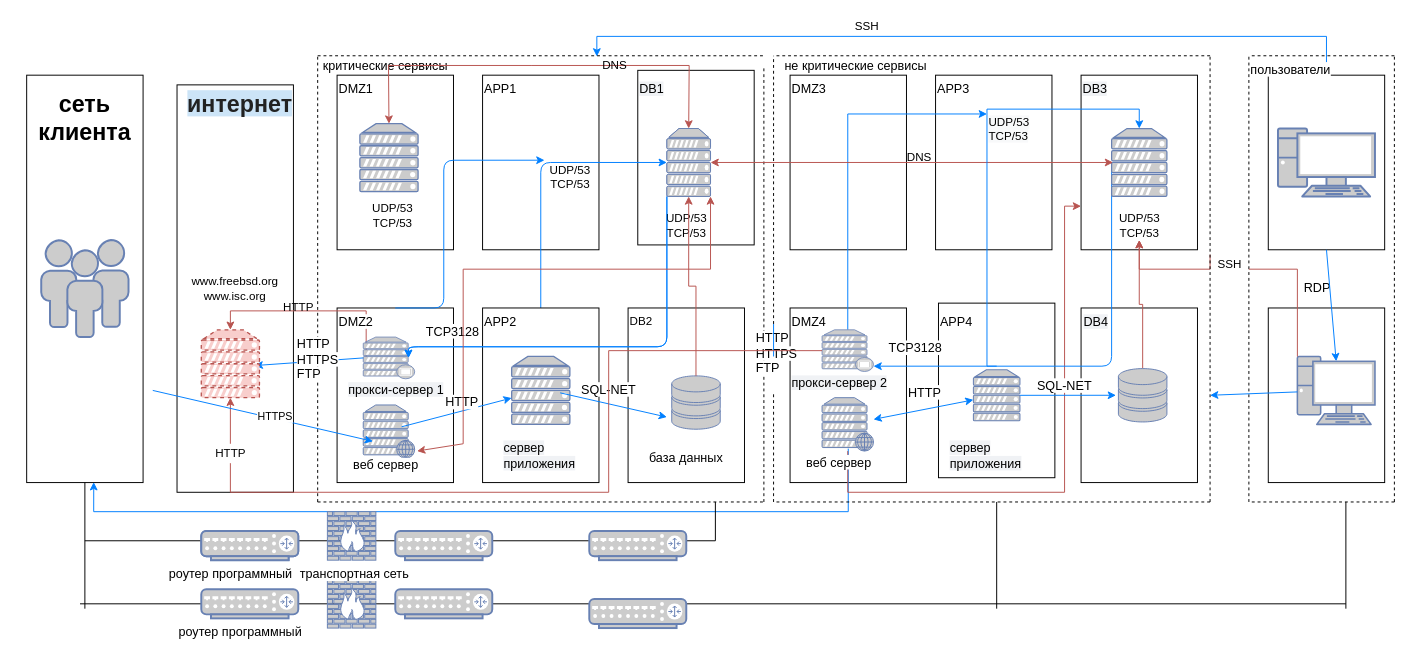
This is ШИФТ.drawio from KotFedot21/-_1, a draw.io file, before an edit. Source tidied: cells renumbered, new cells numbered last; positions are measured from the earlier drawing's top-left corner, leaving out a move shared by most shapes. Both pictures are drawn from the tidied source at 97%, with x=0, y=0 at pixel (16, 16).
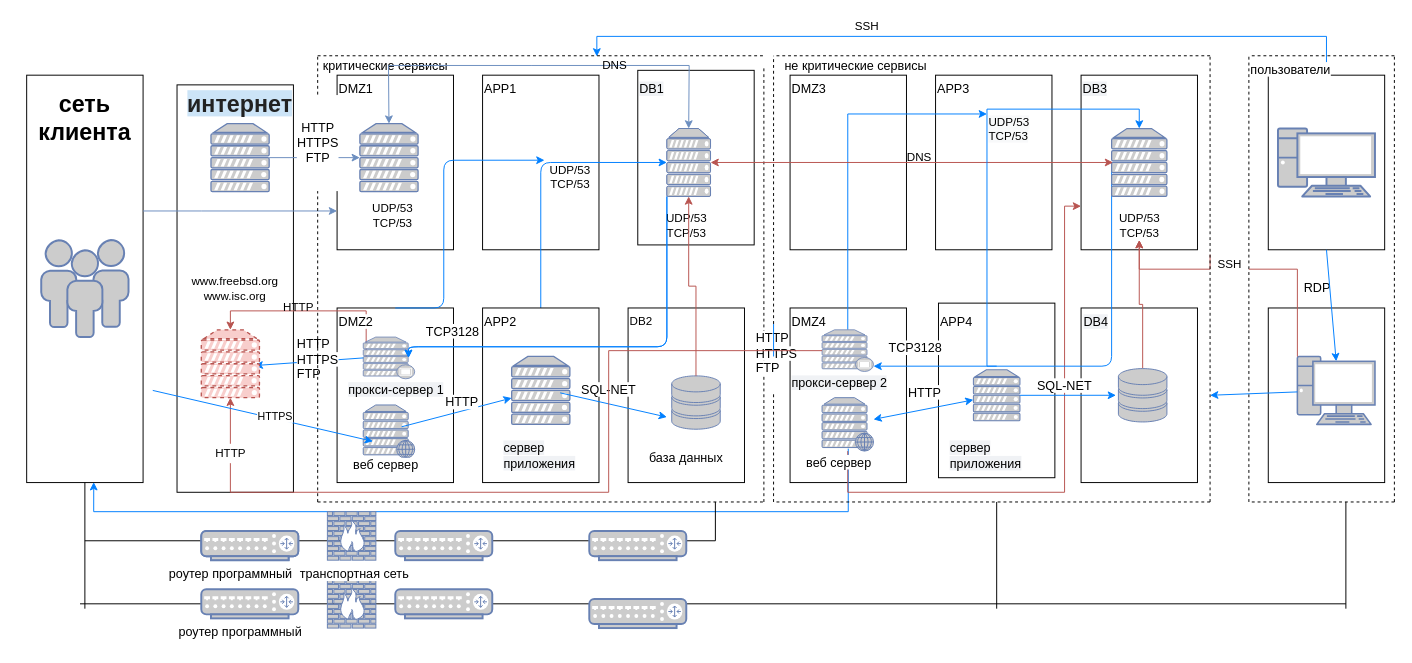
Above is the later version.

The change refers to these unchanged cells:
```xml
<mxCell id="4" style="rounded=0;whiteSpace=wrap;html=1;" parent="1" vertex="1">
  <mxGeometry x="10" y="60" width="120" height="420" as="geometry" />
</mxCell>
<mxCell id="6" style="rounded=0;whiteSpace=wrap;html=1;" parent="1" vertex="1">
  <mxGeometry x="330" y="60" width="120" height="180" as="geometry" />
</mxCell>
<mxCell id="23" value="&lt;h1&gt;&lt;font color=&quot;#222222&quot;&gt;&lt;span style=&quot;background-color: rgb(204 , 228 , 247)&quot;&gt;интернет&lt;/span&gt;&lt;/font&gt;&lt;/h1&gt;" style="text;html=1;strokeColor=none;fillColor=none;spacing=5;spacingTop=-20;whiteSpace=wrap;overflow=hidden;rounded=0;align=center;" parent="1" vertex="1">
  <mxGeometry x="160" y="70" width="140" height="60" as="geometry" />
</mxCell>
<mxCell id="79" value="&lt;span style=&quot;color: rgb(0, 0, 0); font-size: 13px; font-style: normal; font-weight: 400; letter-spacing: normal; text-align: left; text-indent: 0px; text-transform: none; word-spacing: 0px; background-color: rgb(255, 255, 255); display: inline; float: none;&quot;&gt;веб сервер&lt;/span&gt;" style="text;whiteSpace=wrap;html=1;" parent="1" vertex="1">
  <mxGeometry x="345" y="447.5" width="90" height="30" as="geometry" />
</mxCell>
<mxCell id="119" style="fontColor=#0066CC;verticalAlign=top;verticalLabelPosition=bottom;labelPosition=center;align=center;html=1;outlineConnect=0;fillColor=#CCCCCC;strokeColor=#6881B3;gradientColor=none;gradientDirection=north;strokeWidth=2;shape=mxgraph.networks.server;" parent="1" vertex="1">
  <mxGeometry x="670" y="115" width="45" height="70" as="geometry" />
</mxCell>
<mxCell id="120" style="fontColor=#0066CC;verticalAlign=top;verticalLabelPosition=bottom;labelPosition=center;align=center;html=1;outlineConnect=0;fillColor=#CCCCCC;strokeColor=#6881B3;gradientColor=none;gradientDirection=north;strokeWidth=2;shape=mxgraph.networks.server;" parent="1" vertex="1">
  <mxGeometry x="353.5" y="110" width="60" height="70" as="geometry" />
</mxCell>
```

Change to the diagram source:
```diff
@@
+    <mxCell id="139" style="edgeStyle=orthogonalEdgeStyle;rounded=0;jettySize=auto;html=1;exitX=0;exitY=0.25;exitDx=0;exitDy=0;entryX=0.929;entryY=0.583;entryDx=0;entryDy=0;entryPerimeter=0;fillColor=#dae8fc;strokeColor=#6c8ebf;" parent="1" edge="1" source="6" target="23">
+      <mxGeometry relative="1" as="geometry" />
+    </mxCell>
@@
-    <mxCell id="52" style="endArrow=none;dashed=1;html=1;" parent="1" edge="1">
-      <mxGeometry relative="1" as="geometry">
-        <mxPoint x="310" y="500" as="sourcePoint" />
-        <mxPoint x="310" y="40" as="targetPoint" />
-      </mxGeometry>
-    </mxCell>
@@
-    <mxCell id="100" value="&lt;span style=&quot;color: rgb(0, 0, 0); font-size: 13px; font-style: normal; font-weight: 400; letter-spacing: normal; text-align: left; text-indent: 0px; text-transform: none; word-spacing: 0px; background-color: rgb(255, 255, 255); display: inline; float: none;&quot;&gt;HTTP&lt;/span&gt;&lt;br style=&quot;color: rgb(0, 0, 0); font-size: 13px; font-style: normal; font-weight: 400; letter-spacing: normal; text-align: left; text-indent: 0px; text-transform: none; word-spacing: 0px; background-color: rgb(255, 255, 255);&quot;&gt;&lt;span style=&quot;color: rgb(0, 0, 0); font-size: 13px; font-style: normal; font-weight: 400; letter-spacing: normal; text-align: left; text-indent: 0px; text-transform: none; word-spacing: 0px; background-color: rgb(255, 255, 255); display: inline; float: none;&quot;&gt;HTTPS&lt;/span&gt;&lt;br style=&quot;color: rgb(0, 0, 0); font-size: 13px; font-style: normal; font-weight: 400; letter-spacing: normal; text-align: left; text-indent: 0px; text-transform: none; word-spacing: 0px; background-color: rgb(255, 255, 255);&quot;&gt;&lt;span style=&quot;color: rgb(0, 0, 0); font-size: 13px; font-style: normal; font-weight: 400; letter-spacing: normal; text-align: left; text-indent: 0px; text-transform: none; word-spacing: 0px; background-color: rgb(255, 255, 255); display: inline; float: none;&quot;&gt;FTP&lt;/span&gt;" style="text;whiteSpace=wrap;html=1;" parent="1" vertex="1">
+    <mxCell id="100" value="&lt;span style=&quot;color: rgb(0 , 0 , 0) ; font-size: 13px ; font-style: normal ; font-weight: 400 ; letter-spacing: normal ; text-align: left ; text-indent: 0px ; text-transform: none ; word-spacing: 0px ; background-color: rgb(255 , 255 , 255) ; display: inline ; float: none&quot;&gt;HTTP&lt;/span&gt;&lt;br style=&quot;color: rgb(0 , 0 , 0) ; font-size: 13px ; font-style: normal ; font-weight: 400 ; letter-spacing: normal ; text-align: left ; text-indent: 0px ; text-transform: none ; word-spacing: 0px ; background-color: rgb(255 , 255 , 255)&quot;&gt;&lt;span style=&quot;color: rgb(0 , 0 , 0) ; font-size: 13px ; font-style: normal ; font-weight: 400 ; letter-spacing: normal ; text-align: left ; text-indent: 0px ; text-transform: none ; word-spacing: 0px ; background-color: rgb(255 , 255 , 255) ; display: inline ; float: none&quot;&gt;HTTPS&lt;/span&gt;&lt;br style=&quot;color: rgb(0 , 0 , 0) ; font-size: 13px ; font-style: normal ; font-weight: 400 ; letter-spacing: normal ; text-align: left ; text-indent: 0px ; text-transform: none ; word-spacing: 0px ; background-color: rgb(255 , 255 , 255)&quot;&gt;&lt;span style=&quot;color: rgb(0 , 0 , 0) ; font-size: 13px ; font-style: normal ; font-weight: 400 ; letter-spacing: normal ; text-align: left ; text-indent: 0px ; text-transform: none ; word-spacing: 0px ; background-color: rgb(255 , 255 , 255) ; display: inline ; float: none&quot;&gt;FTP&lt;/span&gt;" style="text;whiteSpace=wrap;html=1;" parent="1" vertex="1">
       <mxGeometry x="287" y="322.5" width="53" height="39" as="geometry" />
     </mxCell>
@@
-    <mxCell id="125" style="endArrow=classic;startArrow=classic;html=1;rounded=0;entryX=0.5;entryY=0;entryDx=0;entryDy=0;entryPerimeter=0;exitX=0.5;exitY=0;exitDx=0;exitDy=0;exitPerimeter=0;fillColor=#f8cecc;strokeColor=#b85450;" parent="1" edge="1" source="120" target="119">
+    <mxCell id="125" style="endArrow=classic;startArrow=classic;html=1;rounded=0;entryX=0.5;entryY=0;entryDx=0;entryDy=0;entryPerimeter=0;exitX=0.5;exitY=0;exitDx=0;exitDy=0;exitPerimeter=0;fillColor=#dae8fc;strokeColor=#6c8ebf;" parent="1" edge="1" source="120" target="119">
       <mxGeometry relative="1" as="geometry">
         <Array as="points">
           <mxPoint x="383" y="50" />
           <mxPoint x="530" y="50" />
           <mxPoint x="693" y="50" />
         </Array>
       </mxGeometry>
     </mxCell>
@@
-    <mxCell id="128" style="endArrow=classic;startArrow=classic;html=1;rounded=0;strokeColor=#b85450;exitX=0.75;exitY=0;exitDx=0;exitDy=0;entryX=1;entryY=1;entryDx=0;entryDy=0;entryPerimeter=0;fillColor=#f8cecc;" parent="1" edge="1" source="79" target="119">
-      <mxGeometry relative="1" as="geometry">
-        <Array as="points">
-          <mxPoint x="460" y="440" />
-          <mxPoint x="460" y="260" />
-          <mxPoint x="715" y="260" />
-        </Array>
-      </mxGeometry>
-    </mxCell>
@@
+    <mxCell id="140" style="edgeStyle=orthogonalEdgeStyle;rounded=0;jettySize=auto;html=1;entryX=0;entryY=0.5;entryDx=0;entryDy=0;entryPerimeter=0;fillColor=#dae8fc;strokeColor=#6c8ebf;" parent="1" edge="1" source="141" target="120">
+      <mxGeometry relative="1" as="geometry" />
+    </mxCell>
+    <mxCell id="141" style="fontColor=#0066CC;verticalAlign=top;verticalLabelPosition=bottom;labelPosition=center;align=center;html=1;outlineConnect=0;fillColor=#CCCCCC;strokeColor=#6881B3;gradientColor=none;gradientDirection=north;strokeWidth=2;shape=mxgraph.networks.server;" parent="1" vertex="1">
+      <mxGeometry x="200" y="110" width="60" height="70" as="geometry" />
+    </mxCell>
+    <mxCell id="142" style="edgeStyle=orthogonalEdgeStyle;rounded=0;jettySize=auto;html=1;fillColor=#dae8fc;strokeColor=#6c8ebf;" parent="1" edge="1" source="4" target="6">
+      <mxGeometry relative="1" as="geometry">
+        <Array as="points">
+          <mxPoint x="190" y="200" />
+          <mxPoint x="190" y="200" />
+        </Array>
+      </mxGeometry>
+    </mxCell>
+    <mxCell id="52" value="&#10;&#10;&lt;span style=&quot;color: rgb(0, 0, 0); font-family: helvetica; font-style: normal; font-weight: 400; letter-spacing: normal; text-align: left; text-indent: 0px; text-transform: none; word-spacing: 0px; font-size: 13px; background-color: rgb(255, 255, 255); display: inline; float: none;&quot;&gt;HTTP&lt;/span&gt;&lt;br style=&quot;color: rgb(0, 0, 0); font-family: helvetica; font-style: normal; font-weight: 400; letter-spacing: normal; text-align: left; text-indent: 0px; text-transform: none; word-spacing: 0px; font-size: 13px; background-color: rgb(255, 255, 255);&quot;&gt;&lt;span style=&quot;color: rgb(0, 0, 0); font-family: helvetica; font-style: normal; font-weight: 400; letter-spacing: normal; text-align: left; text-indent: 0px; text-transform: none; word-spacing: 0px; font-size: 13px; background-color: rgb(255, 255, 255); display: inline; float: none;&quot;&gt;HTTPS&lt;/span&gt;&lt;br style=&quot;color: rgb(0, 0, 0); font-family: helvetica; font-style: normal; font-weight: 400; letter-spacing: normal; text-align: left; text-indent: 0px; text-transform: none; word-spacing: 0px; font-size: 13px; background-color: rgb(255, 255, 255);&quot;&gt;&lt;span style=&quot;color: rgb(0, 0, 0); font-family: helvetica; font-style: normal; font-weight: 400; letter-spacing: normal; text-align: left; text-indent: 0px; text-transform: none; word-spacing: 0px; font-size: 13px; background-color: rgb(255, 255, 255); display: inline; float: none;&quot;&gt;FTP&lt;/span&gt;&#10;&#10;" style="endArrow=none;dashed=1;html=1;" parent="1" edge="1">
+      <mxGeometry x="0.61" relative="1" as="geometry">
+        <mxPoint x="310" y="500" as="sourcePoint" />
+        <mxPoint x="310" y="40" as="targetPoint" />
+      </mxGeometry>
+    </mxCell>
```
